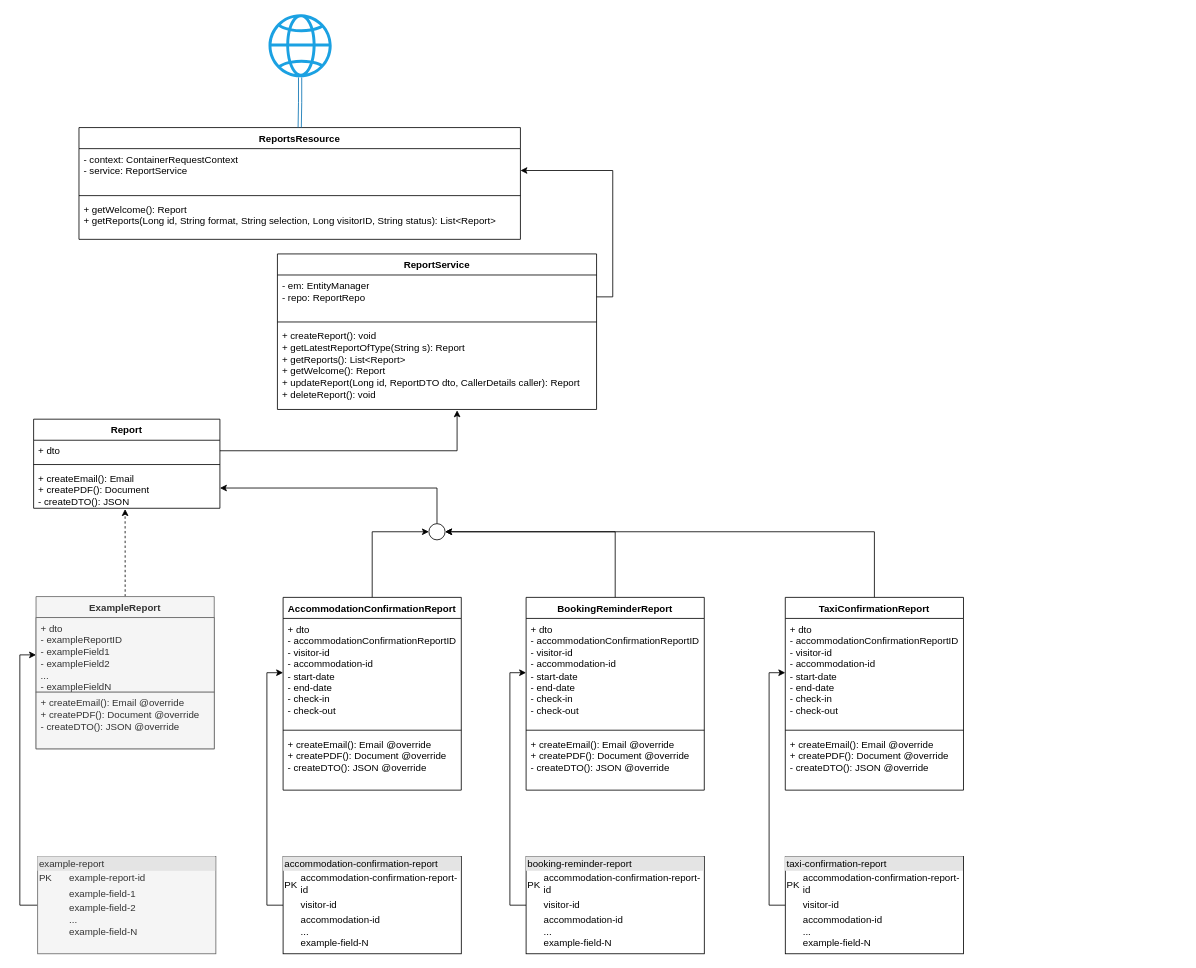
The draw.io diagram Document generation class diagram.drawio in ambolt314/FinalProjectDesign, before the edit. Source tidied: cells renumbered, new cells numbered last; positions are measured from the earlier drawing's top-left corner, leaving out a move shared by most shapes. Both pictures are drawn from the tidied source at 81%, with x=0, y=0 at pixel (33, 14).
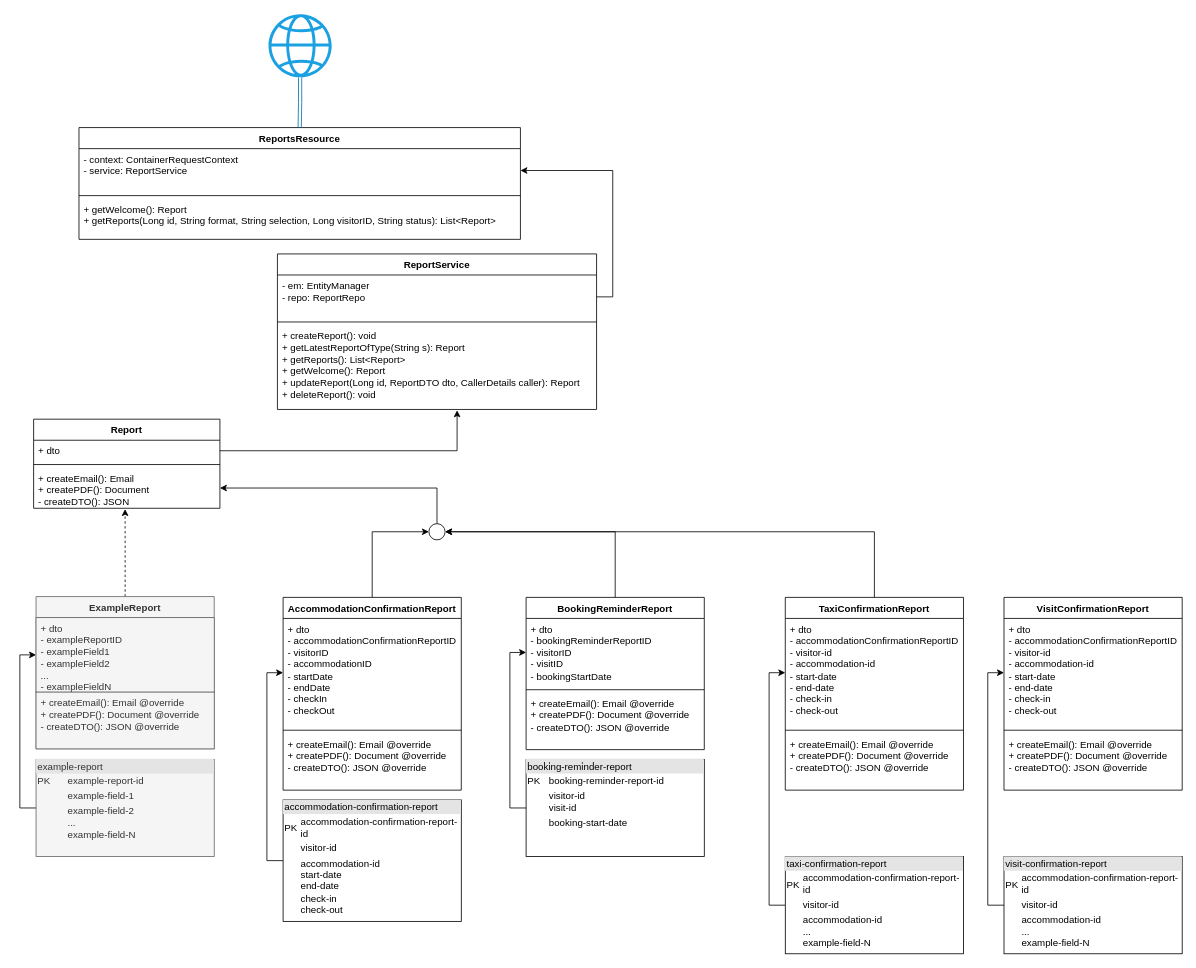
The same diagram, later.

Unchanged cells that the change refers to:
```xml
<mxCell id="24" value="AccommodationConfirmationReport" style="swimlane;fontStyle=1;align=center;verticalAlign=top;horizontal=1;startSize=26;whiteSpace=wrap;html=1;" parent="1" vertex="1">
  <mxGeometry x="308" y="720" width="220" height="238" as="geometry" />
</mxCell>
```

The edit, as a diff of the source:
```diff
@@
     <mxCell id="16" value="&lt;div style=&quot;box-sizing:border-box;width:100%;background:#e4e4e4;padding:2px;&quot;&gt;example-report&lt;/div&gt;&lt;table style=&quot;width:100%;font-size:1em;&quot; cellpadding=&quot;2&quot; cellspacing=&quot;0&quot;&gt;&lt;tbody&gt;&lt;tr&gt;&lt;td&gt;PK&lt;/td&gt;&lt;td&gt;example-report-id&lt;br&gt;&lt;/td&gt;&lt;/tr&gt;&lt;tr&gt;&lt;td&gt;&lt;br&gt;&lt;/td&gt;&lt;td&gt;example-field-1&lt;/td&gt;&lt;/tr&gt;&lt;tr&gt;&lt;td&gt;&lt;/td&gt;&lt;td&gt;example-field-2&lt;br&gt;...&lt;br&gt;example-field-N&lt;br&gt;&lt;/td&gt;&lt;/tr&gt;&lt;/tbody&gt;&lt;/table&gt;" style="verticalAlign=top;align=left;overflow=fill;html=1;whiteSpace=wrap;fillColor=#f5f5f5;fontColor=#333333;strokeColor=#666666;" parent="1" vertex="1">
-      <mxGeometry x="5" y="1040" width="220" height="120" as="geometry" />
+      <mxGeometry x="3" y="920" width="220" height="120" as="geometry" />
     </mxCell>
@@
-    <mxCell id="22" value="&lt;div style=&quot;box-sizing:border-box;width:100%;background:#e4e4e4;padding:2px;&quot;&gt;accommodation-confirmation-report&lt;/div&gt;&lt;table style=&quot;width:100%;font-size:1em;&quot; cellpadding=&quot;2&quot; cellspacing=&quot;0&quot;&gt;&lt;tbody&gt;&lt;tr&gt;&lt;td&gt;PK&lt;/td&gt;&lt;td&gt;accommodation-confirmation-report-id&lt;br&gt;&lt;/td&gt;&lt;/tr&gt;&lt;tr&gt;&lt;td&gt;&lt;br&gt;&lt;/td&gt;&lt;td&gt;visitor-id&lt;br&gt;&lt;/td&gt;&lt;/tr&gt;&lt;tr&gt;&lt;td&gt;&lt;/td&gt;&lt;td&gt;accommodation-id&lt;br&gt;...&lt;br&gt;example-field-N&lt;br&gt;&lt;/td&gt;&lt;/tr&gt;&lt;/tbody&gt;&lt;/table&gt;" style="verticalAlign=top;align=left;overflow=fill;html=1;whiteSpace=wrap;" parent="1" vertex="1">
-      <mxGeometry x="308" y="1040" width="220" height="120" as="geometry" />
+    <mxCell id="22" value="&lt;div style=&quot;box-sizing:border-box;width:100%;background:#e4e4e4;padding:2px;&quot;&gt;accommodation-confirmation-report&lt;/div&gt;&lt;table style=&quot;width:100%;font-size:1em;&quot; cellpadding=&quot;2&quot; cellspacing=&quot;0&quot;&gt;&lt;tbody&gt;&lt;tr&gt;&lt;td&gt;PK&lt;/td&gt;&lt;td&gt;accommodation-confirmation-report-id&lt;br&gt;&lt;/td&gt;&lt;/tr&gt;&lt;tr&gt;&lt;td&gt;&lt;br&gt;&lt;/td&gt;&lt;td&gt;visitor-id&lt;br&gt;&lt;/td&gt;&lt;/tr&gt;&lt;tr&gt;&lt;td&gt;&lt;/td&gt;&lt;td&gt;accommodation-id&lt;br&gt;start-date&lt;br&gt;end-date&lt;br&gt;check-in&lt;br&gt;check-out&lt;br&gt;&lt;/td&gt;&lt;/tr&gt;&lt;/tbody&gt;&lt;/table&gt;" style="verticalAlign=top;align=left;overflow=fill;html=1;whiteSpace=wrap;" parent="1" vertex="1">
+      <mxGeometry x="308" y="970" width="220" height="150" as="geometry" />
     </mxCell>
@@
-    <mxCell id="25" value="&lt;div&gt;+ dto&lt;br&gt;&lt;/div&gt;&lt;div&gt;- accommodationConfirmationReportID&lt;/div&gt;&lt;div&gt;- visitor-id&lt;br&gt;&lt;/div&gt;&lt;div&gt;- accommodation-id&lt;/div&gt;&lt;div&gt;- start-date&lt;/div&gt;&lt;div&gt;- end-date&lt;/div&gt;&lt;div&gt;- check-in&lt;/div&gt;&lt;div&gt;- check-out&lt;br&gt;&lt;/div&gt;" style="text;strokeColor=none;fillColor=none;align=left;verticalAlign=top;spacingLeft=4;spacingRight=4;overflow=hidden;points=[[0,0.5],[1,0.5]];portConstraint=eastwest;whiteSpace=wrap;html=1;" parent="24" vertex="1">
+    <mxCell id="25" value="&lt;div&gt;+ dto&lt;br&gt;&lt;/div&gt;&lt;div&gt;- accommodationConfirmationReportID&lt;/div&gt;&lt;div&gt;- visitorID&lt;br&gt;&lt;/div&gt;&lt;div&gt;- accommodationID&lt;/div&gt;&lt;div&gt;- startDate&lt;/div&gt;&lt;div&gt;- endDate&lt;/div&gt;&lt;div&gt;- checkIn&lt;/div&gt;&lt;div&gt;- checkOut&lt;br&gt;&lt;/div&gt;" style="text;strokeColor=none;fillColor=none;align=left;verticalAlign=top;spacingLeft=4;spacingRight=4;overflow=hidden;points=[[0,0.5],[1,0.5]];portConstraint=eastwest;whiteSpace=wrap;html=1;" parent="24" vertex="1">
       <mxGeometry y="26" width="220" height="134" as="geometry" />
     </mxCell>
@@
-    <mxCell id="34" value="&lt;div style=&quot;box-sizing:border-box;width:100%;background:#e4e4e4;padding:2px;&quot;&gt;booking-reminder-report&lt;/div&gt;&lt;table style=&quot;width:100%;font-size:1em;&quot; cellpadding=&quot;2&quot; cellspacing=&quot;0&quot;&gt;&lt;tbody&gt;&lt;tr&gt;&lt;td&gt;PK&lt;/td&gt;&lt;td&gt;accommodation-confirmation-report-id&lt;br&gt;&lt;/td&gt;&lt;/tr&gt;&lt;tr&gt;&lt;td&gt;&lt;br&gt;&lt;/td&gt;&lt;td&gt;visitor-id&lt;br&gt;&lt;/td&gt;&lt;/tr&gt;&lt;tr&gt;&lt;td&gt;&lt;/td&gt;&lt;td&gt;accommodation-id&lt;br&gt;...&lt;br&gt;example-field-N&lt;br&gt;&lt;/td&gt;&lt;/tr&gt;&lt;/tbody&gt;&lt;/table&gt;" style="verticalAlign=top;align=left;overflow=fill;html=1;whiteSpace=wrap;" parent="1" vertex="1">
-      <mxGeometry x="608" y="1040" width="220" height="120" as="geometry" />
+    <mxCell id="34" value="&lt;div style=&quot;box-sizing:border-box;width:100%;background:#e4e4e4;padding:2px;&quot;&gt;booking-reminder-report&lt;/div&gt;&lt;table style=&quot;width:100%;font-size:1em;&quot; cellpadding=&quot;2&quot; cellspacing=&quot;0&quot;&gt;&lt;tbody&gt;&lt;tr&gt;&lt;td&gt;PK&lt;/td&gt;&lt;td&gt;booking-reminder-report-id&lt;br&gt;&lt;/td&gt;&lt;/tr&gt;&lt;tr&gt;&lt;td&gt;&lt;br&gt;&lt;/td&gt;&lt;td&gt;visitor-id&lt;br&gt;visit-id&lt;br&gt;&lt;/td&gt;&lt;/tr&gt;&lt;tr&gt;&lt;td&gt;&lt;/td&gt;&lt;td&gt;booking-start-date&lt;br&gt;&lt;/td&gt;&lt;/tr&gt;&lt;/tbody&gt;&lt;/table&gt;" style="verticalAlign=top;align=left;overflow=fill;html=1;whiteSpace=wrap;" parent="1" vertex="1">
+      <mxGeometry x="608" y="920" width="220" height="120" as="geometry" />
     </mxCell>
@@
     <mxCell id="36" value="BookingReminderReport" style="swimlane;fontStyle=1;align=center;verticalAlign=top;horizontal=1;startSize=26;whiteSpace=wrap;html=1;" parent="1" vertex="1">
-      <mxGeometry x="608" y="720" width="220" height="238" as="geometry" />
+      <mxGeometry x="608" y="720" width="220" height="188" as="geometry" />
     </mxCell>
-    <mxCell id="37" value="&lt;div&gt;+ dto&lt;br&gt;&lt;/div&gt;&lt;div&gt;- accommodationConfirmationReportID&lt;/div&gt;&lt;div&gt;- visitor-id&lt;br&gt;&lt;/div&gt;&lt;div&gt;- accommodation-id&lt;/div&gt;&lt;div&gt;- start-date&lt;/div&gt;&lt;div&gt;- end-date&lt;/div&gt;&lt;div&gt;- check-in&lt;/div&gt;&lt;div&gt;- check-out&lt;br&gt;&lt;/div&gt;" style="text;strokeColor=none;fillColor=none;align=left;verticalAlign=top;spacingLeft=4;spacingRight=4;overflow=hidden;points=[[0,0.5],[1,0.5]];portConstraint=eastwest;whiteSpace=wrap;html=1;" parent="36" vertex="1">
-      <mxGeometry y="26" width="220" height="134" as="geometry" />
+    <mxCell id="37" value="&lt;div&gt;+ dto&lt;br&gt;&lt;/div&gt;&lt;div&gt;- bookingReminderReportID&lt;/div&gt;&lt;div&gt;- visitorID&lt;/div&gt;&lt;div&gt;- visitID&lt;/div&gt;&lt;div&gt;- bookingStartDate&lt;br&gt;&lt;/div&gt;" style="text;strokeColor=none;fillColor=none;align=left;verticalAlign=top;spacingLeft=4;spacingRight=4;overflow=hidden;points=[[0,0.5],[1,0.5]];portConstraint=eastwest;whiteSpace=wrap;html=1;" parent="36" vertex="1">
+      <mxGeometry y="26" width="220" height="84" as="geometry" />
     </mxCell>
     <mxCell id="38" style="line;strokeWidth=1;fillColor=none;align=left;verticalAlign=middle;spacingTop=-1;spacingLeft=3;spacingRight=3;labelPosition=right;strokeColor=inherit;" parent="36" vertex="1">
-      <mxGeometry y="160" width="220" height="8" as="geometry" />
+      <mxGeometry y="110" width="220" height="8" as="geometry" />
     </mxCell>
     <mxCell id="39" value="&lt;div&gt;+ createEmail(): Email @override&lt;/div&gt;&lt;div&gt;+ createPDF(): Document @override&lt;/div&gt;&lt;div&gt;- createDTO(): JSON @override&lt;br&gt;&lt;/div&gt;" style="text;strokeColor=none;fillColor=none;align=left;verticalAlign=top;spacingLeft=4;spacingRight=4;overflow=hidden;whiteSpace=wrap;html=1;" parent="36" vertex="1">
-      <mxGeometry y="168" width="220" height="70" as="geometry" />
+      <mxGeometry y="118" width="220" height="70" as="geometry" />
     </mxCell>
@@
+    <mxCell id="47" style="edgeStyle=orthogonalEdgeStyle;rounded=0;jettySize=auto;html=1;entryX=0;entryY=0.5;entryDx=0;entryDy=0;exitX=0;exitY=0.5;exitDx=0;exitDy=0;" parent="1" edge="1" source="48" target="50">
+      <mxGeometry relative="1" as="geometry" />
+    </mxCell>
+    <mxCell id="48" value="&lt;div style=&quot;box-sizing:border-box;width:100%;background:#e4e4e4;padding:2px;&quot;&gt;visit-confirmation-report&lt;/div&gt;&lt;table style=&quot;width:100%;font-size:1em;&quot; cellpadding=&quot;2&quot; cellspacing=&quot;0&quot;&gt;&lt;tbody&gt;&lt;tr&gt;&lt;td&gt;PK&lt;/td&gt;&lt;td&gt;accommodation-confirmation-report-id&lt;br&gt;&lt;/td&gt;&lt;/tr&gt;&lt;tr&gt;&lt;td&gt;&lt;br&gt;&lt;/td&gt;&lt;td&gt;visitor-id&lt;br&gt;&lt;/td&gt;&lt;/tr&gt;&lt;tr&gt;&lt;td&gt;&lt;/td&gt;&lt;td&gt;accommodation-id&lt;br&gt;...&lt;br&gt;example-field-N&lt;br&gt;&lt;/td&gt;&lt;/tr&gt;&lt;/tbody&gt;&lt;/table&gt;" style="verticalAlign=top;align=left;overflow=fill;html=1;whiteSpace=wrap;" parent="1" vertex="1">
+      <mxGeometry x="1198" y="1040" width="220" height="120" as="geometry" />
+    </mxCell>
+    <mxCell id="49" value="VisitConfirmationReport" style="swimlane;fontStyle=1;align=center;verticalAlign=top;horizontal=1;startSize=26;whiteSpace=wrap;html=1;" parent="1" vertex="1">
+      <mxGeometry x="1198" y="720" width="220" height="238" as="geometry" />
+    </mxCell>
+    <mxCell id="50" value="&lt;div&gt;+ dto&lt;br&gt;&lt;/div&gt;&lt;div&gt;- accommodationConfirmationReportID&lt;/div&gt;&lt;div&gt;- visitor-id&lt;br&gt;&lt;/div&gt;&lt;div&gt;- accommodation-id&lt;/div&gt;&lt;div&gt;- start-date&lt;/div&gt;&lt;div&gt;- end-date&lt;/div&gt;&lt;div&gt;- check-in&lt;/div&gt;&lt;div&gt;- check-out&lt;br&gt;&lt;/div&gt;" style="text;strokeColor=none;fillColor=none;align=left;verticalAlign=top;spacingLeft=4;spacingRight=4;overflow=hidden;points=[[0,0.5],[1,0.5]];portConstraint=eastwest;whiteSpace=wrap;html=1;" parent="49" vertex="1">
+      <mxGeometry y="26" width="220" height="134" as="geometry" />
+    </mxCell>
+    <mxCell id="51" style="line;strokeWidth=1;fillColor=none;align=left;verticalAlign=middle;spacingTop=-1;spacingLeft=3;spacingRight=3;labelPosition=right;strokeColor=inherit;" parent="49" vertex="1">
+      <mxGeometry y="160" width="220" height="8" as="geometry" />
+    </mxCell>
+    <mxCell id="52" value="&lt;div&gt;+ createEmail(): Email @override&lt;/div&gt;&lt;div&gt;+ createPDF(): Document @override&lt;/div&gt;&lt;div&gt;- createDTO(): JSON @override&lt;br&gt;&lt;/div&gt;" style="text;strokeColor=none;fillColor=none;align=left;verticalAlign=top;spacingLeft=4;spacingRight=4;overflow=hidden;whiteSpace=wrap;html=1;" parent="49" vertex="1">
+      <mxGeometry y="168" width="220" height="70" as="geometry" />
+    </mxCell>
```
